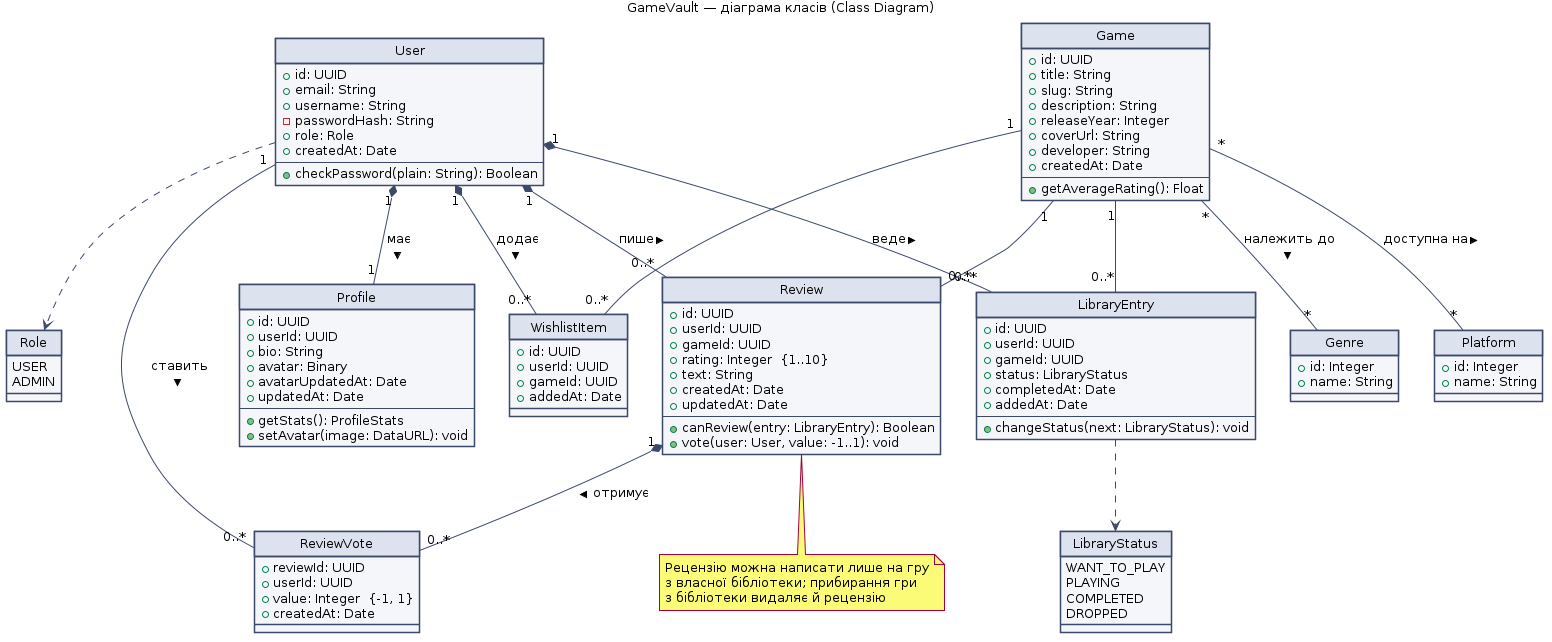
The PlantUML diagram docs/diagrams/class-diagram.png in PavloPopovV/GameVault, before a commit. Its source is kept beside it as docs/diagrams/class-diagram.puml.
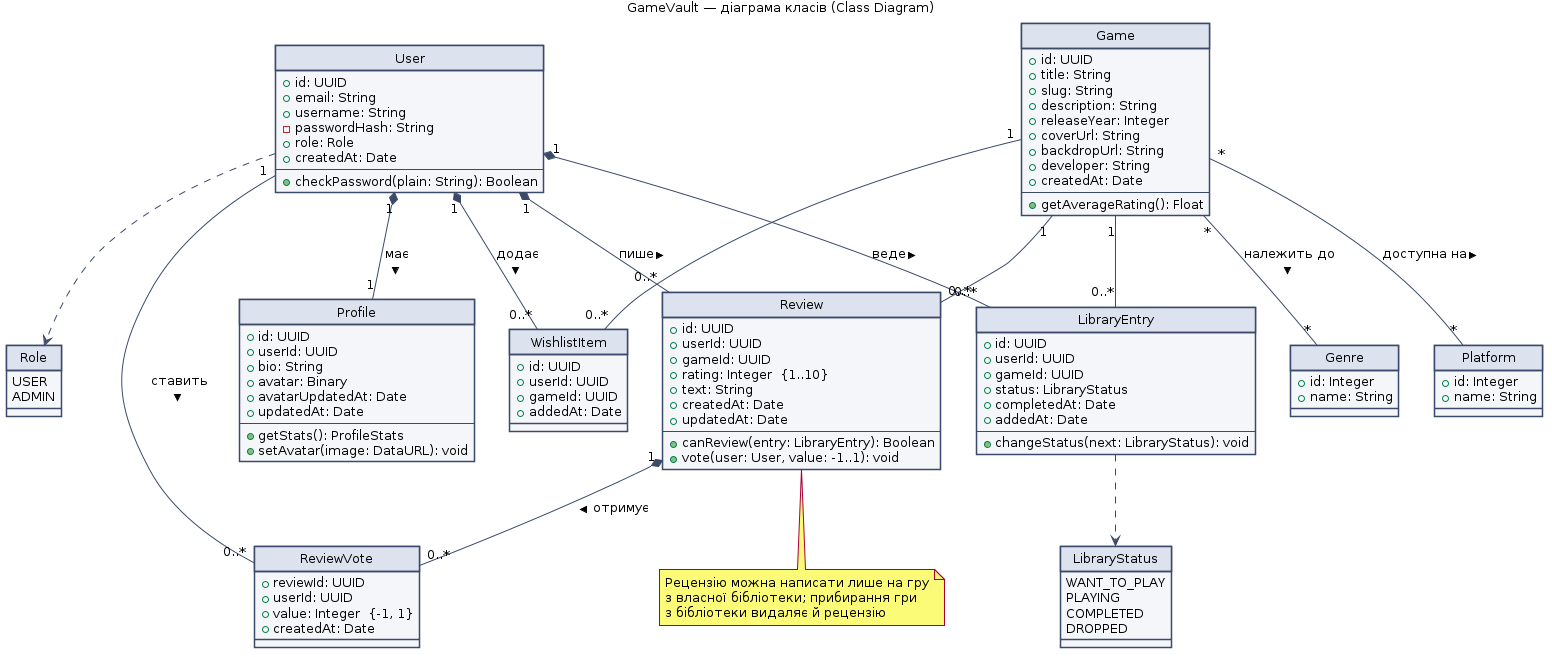
The same diagram one commit later.

The edit, as a diff of the source:
```diff
@@ -50,6 +50,7 @@
   + description: String
   + releaseYear: Integer
   + coverUrl: String
+  + backdropUrl: String
   + developer: String
   + createdAt: Date
   --
```
